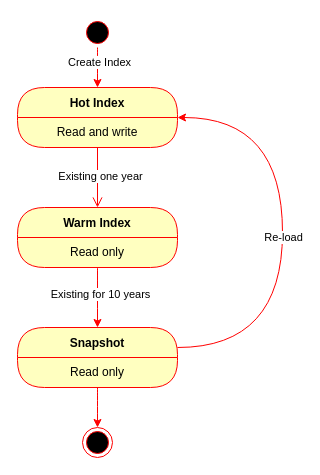
The draw.io diagram indexState .drawio in wang2gua/test, before the edit. Source tidied: cells renumbered, new cells numbered last; positions are measured from the earlier drawing's top-left corner, leaving out a move shared by most shapes. Both pictures are drawn from the tidied source at 100%, with x=0, y=0 at pixel (17, 17).
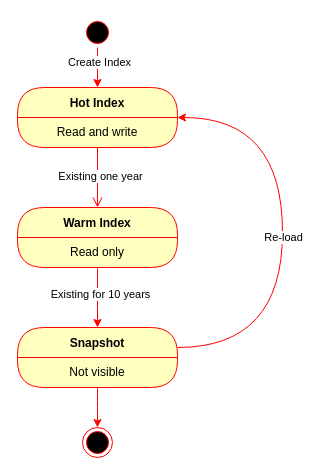
The same diagram, later.

Unchanged cells that the change refers to:
```xml
<mxCell id="14" value="Snapshot" style="swimlane;fontStyle=1;align=center;verticalAlign=middle;horizontal=1;startSize=30;fontColor=#000000;rounded=1;arcSize=30;strokeColor=#ff0000;fillColor=#ffffc0;swimlaneFillColor=#ffffc0;" parent="1" vertex="1">
  <mxGeometry y="310" width="160" height="60" as="geometry" />
</mxCell>
```

The edit, as a diff of the source:
```diff
@@
-    <mxCell id="15" value="Read only" style="text;html=1;strokeColor=none;fillColor=none;align=center;verticalAlign=middle;spacingLeft=4;spacingRight=4;whiteSpace=wrap;overflow=hidden;fontColor=#000000;" parent="14" vertex="1">
+    <mxCell id="15" value="Not visible" style="text;html=1;strokeColor=none;fillColor=none;align=center;verticalAlign=middle;spacingLeft=4;spacingRight=4;whiteSpace=wrap;overflow=hidden;fontColor=#000000;" parent="14" vertex="1">
       <mxGeometry y="30" width="160" height="30" as="geometry" />
     </mxCell>
```
